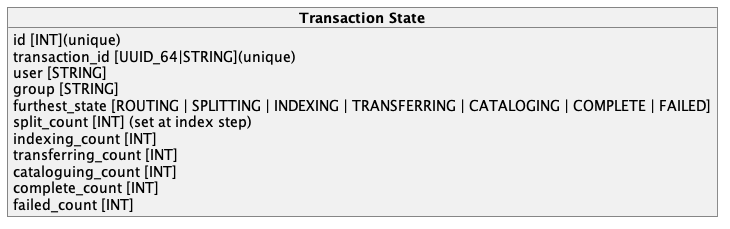
This is docs/spec/uml/monitor_db.png from cedadev/nlds, a PlantUML export, as it was before one commit. The source it was exported from:
```plantuml
@startuml monitor_db

object "**Transaction State**" as transaction_state {
    id [INT](unique)
    transaction_id [UUID_64|STRING](unique)
    user [STRING]
    group [STRING]
    furthest_state [ROUTING | SPLITTING | INDEXING | TRANSFERRING | CATALOGING | COMPLETE | FAILED]
    split_count [INT] (set at index step)
    indexing_count [INT]
    transferring_count [INT]
    cataloguing_count [INT]
    complete_count [INT]
    failed_count [INT]
}



@enduml
```
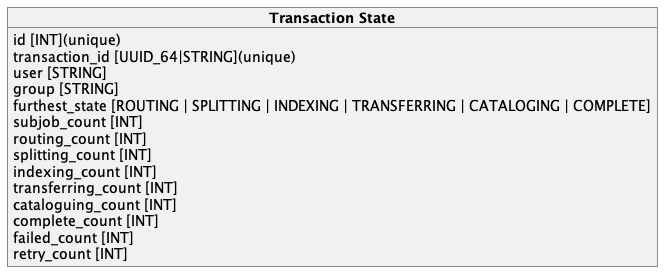
After the change.

Commit message:
Update to monitoring db structure (likely to change)

What changed in the source:
```diff
@@ -5,13 +5,16 @@
     transaction_id [UUID_64|STRING](unique)
     user [STRING]
     group [STRING]
-    furthest_state [ROUTING | SPLITTING | INDEXING | TRANSFERRING | CATALOGING | COMPLETE | FAILED]
-    split_count [INT] (set at index step)
+    furthest_state [ROUTING | SPLITTING | INDEXING | TRANSFERRING | CATALOGING | COMPLETE]
+    subjob_count [INT]
+    routing_count [INT]
+    splitting_count [INT]
     indexing_count [INT]
     transferring_count [INT]
     cataloguing_count [INT]
     complete_count [INT]
     failed_count [INT]
+    retry_count [INT]
 }
 
 
```
